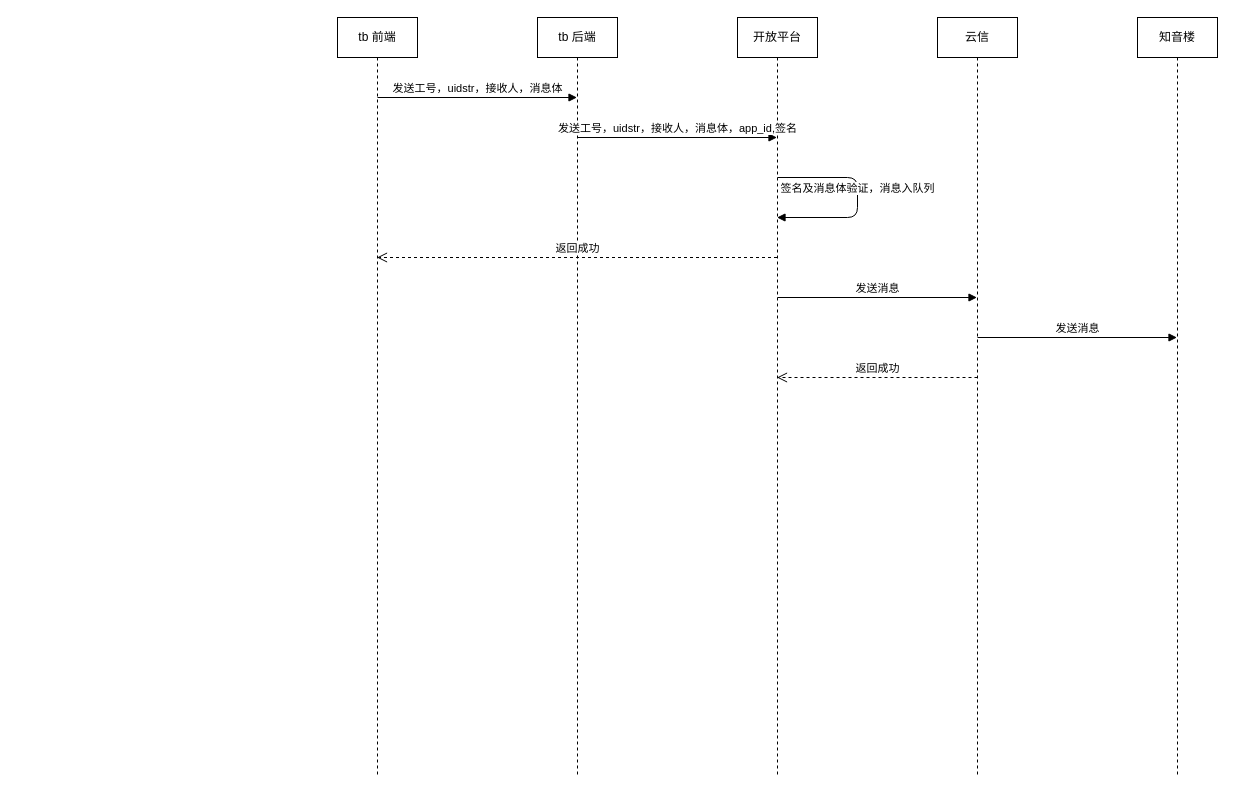
The draw.io diagram tb 消息推送.drawio in sunskly/draw, before the edit. Source tidied: cells renumbered, new cells numbered last; positions are measured from the earlier drawing's top-left corner, leaving out a move shared by most shapes. Both pictures are drawn from the tidied source at 100%, with x=0, y=0 at pixel (337, 17).
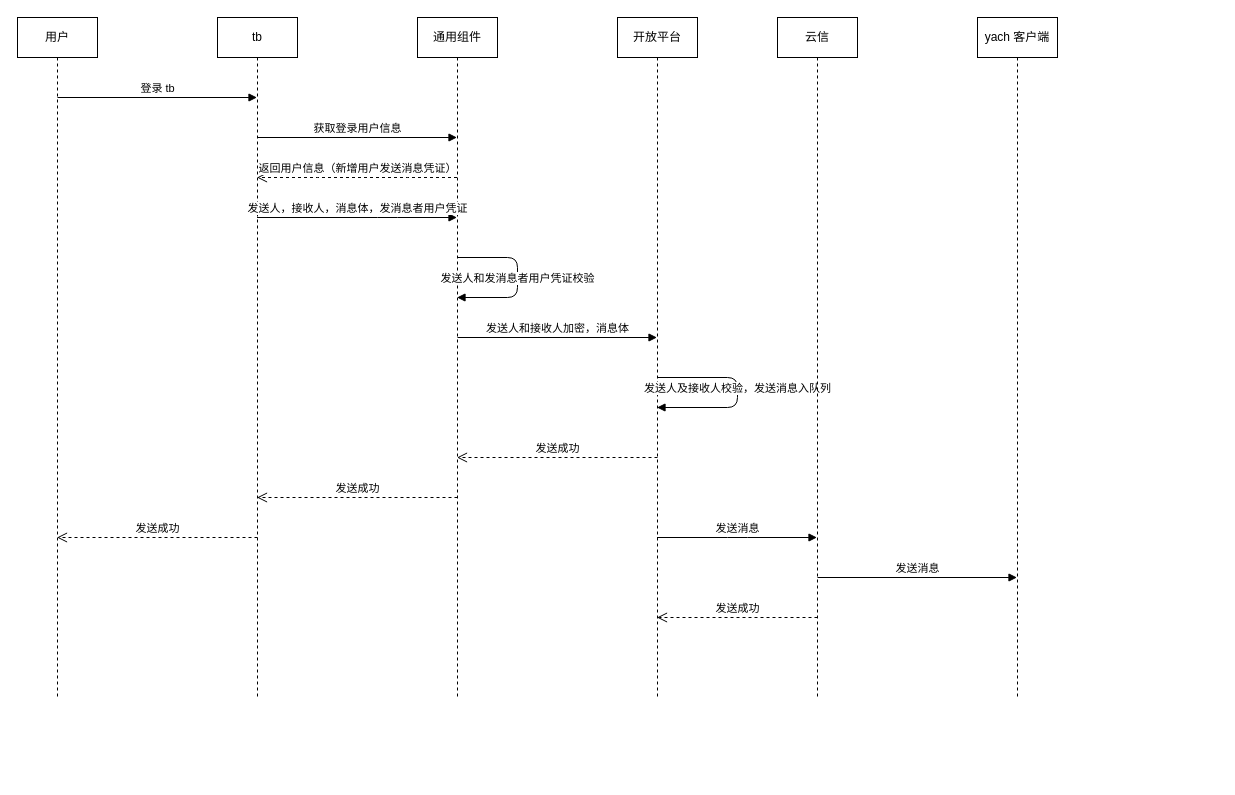
After the change.

Commit message:
更新tb 消息推送.drawio

The edit, as a diff of the source:
```diff
@@
-    <mxCell id="2" value="tb 前端" style="shape=umlLifeline;perimeter=lifelinePerimeter;whiteSpace=wrap;html=1;outlineConnect=0;" parent="1" vertex="1">
-      <mxGeometry width="80" height="760" as="geometry" />
-    </mxCell>
-    <mxCell id="3" value="发送工号，uidstr，接收人，消息体" style="html=1;verticalAlign=bottom;endArrow=block;" parent="2" edge="1" target="8">
-      <mxGeometry relative="1" as="geometry">
-        <mxPoint x="40" y="80" as="sourcePoint" />
-      </mxGeometry>
-    </mxCell>
+    <mxCell id="14" value="tb" style="shape=umlLifeline;perimeter=lifelinePerimeter;whiteSpace=wrap;html=1;outlineConnect=0;" parent="1" vertex="1">
+      <mxGeometry x="-120" width="80" height="680" as="geometry" />
+    </mxCell>
+    <mxCell id="15" value="获取登录用户信息" style="html=1;verticalAlign=bottom;endArrow=block;" parent="14" edge="1" target="16">
+      <mxGeometry relative="1" as="geometry">
+        <mxPoint x="40" y="120" as="sourcePoint" />
+      </mxGeometry>
+    </mxCell>
+    <mxCell id="16" value="通用组件" style="shape=umlLifeline;perimeter=lifelinePerimeter;whiteSpace=wrap;html=1;outlineConnect=0;" parent="1" vertex="1">
+      <mxGeometry x="80" width="80" height="680" as="geometry" />
+    </mxCell>
+    <mxCell id="17" value="发送人和发消息者用户凭证校验" style="html=1;verticalAlign=bottom;endArrow=block;edgeStyle=orthogonalEdgeStyle;" parent="16" edge="1" target="16">
+      <mxGeometry x="0.12" relative="1" as="geometry">
+        <mxPoint x="40" y="240" as="sourcePoint" />
+        <Array as="points">
+          <mxPoint x="100" y="240" />
+          <mxPoint x="100" y="280" />
+        </Array>
+      </mxGeometry>
+    </mxCell>
+    <mxCell id="18" value="发送人和接收人加密，消息体" style="html=1;verticalAlign=bottom;endArrow=block;" parent="16" edge="1" target="4">
+      <mxGeometry relative="1" as="geometry">
+        <mxPoint x="40" y="320" as="sourcePoint" />
+      </mxGeometry>
+    </mxCell>
     <mxCell id="4" value="开放平台" style="shape=umlLifeline;perimeter=lifelinePerimeter;whiteSpace=wrap;html=1;outlineConnect=0;" parent="1" vertex="1">
-      <mxGeometry x="400" width="80" height="760" as="geometry" />
+      <mxGeometry x="280" width="80" height="680" as="geometry" />
     </mxCell>
-    <mxCell id="5" value="签名及消息体验证，消息入队列" style="html=1;verticalAlign=bottom;endArrow=block;edgeStyle=orthogonalEdgeStyle;" parent="4" edge="1" target="4">
-      <mxGeometry relative="1" as="geometry">
-        <mxPoint x="40" y="160" as="sourcePoint" />
-        <Array as="points">
-          <mxPoint x="120" y="160" />
-          <mxPoint x="120" y="200" />
-        </Array>
-      </mxGeometry>
-    </mxCell>
-    <mxCell id="6" value="发送消息" style="html=1;verticalAlign=bottom;endArrow=block;" parent="4" edge="1" target="10">
-      <mxGeometry relative="1" as="geometry">
-        <mxPoint x="40" y="280" as="sourcePoint" />
-      </mxGeometry>
-    </mxCell>
-    <mxCell id="7" value="知音楼" style="shape=umlLifeline;perimeter=lifelinePerimeter;whiteSpace=wrap;html=1;outlineConnect=0;" parent="1" vertex="1">
-      <mxGeometry x="800" width="80" height="760" as="geometry" />
-    </mxCell>
-    <mxCell id="8" value="tb 后端" style="shape=umlLifeline;perimeter=lifelinePerimeter;whiteSpace=wrap;html=1;outlineConnect=0;" parent="1" vertex="1">
-      <mxGeometry x="200" width="80" height="760" as="geometry" />
-    </mxCell>
-    <mxCell id="9" value="发送工号，uidstr，接收人，消息体，app_id,签名" style="html=1;verticalAlign=bottom;endArrow=block;" parent="8" edge="1" target="4">
-      <mxGeometry relative="1" as="geometry">
-        <mxPoint x="40" y="120" as="sourcePoint" />
-      </mxGeometry>
-    </mxCell>
+    <mxCell id="19" value="发送人及接收人校验，发送消息入队列" style="html=1;verticalAlign=bottom;endArrow=block;edgeStyle=orthogonalEdgeStyle;" parent="4" edge="1" target="4">
+      <mxGeometry x="0.05" relative="1" as="geometry">
+        <mxPoint x="40" y="360" as="sourcePoint" />
+        <Array as="points">
+          <mxPoint x="120" y="360" />
+          <mxPoint x="120" y="390" />
+        </Array>
+      </mxGeometry>
+    </mxCell>
     <mxCell id="10" value="云信" style="shape=umlLifeline;perimeter=lifelinePerimeter;whiteSpace=wrap;html=1;outlineConnect=0;" parent="1" vertex="1">
-      <mxGeometry x="600" width="80" height="760" as="geometry" />
+      <mxGeometry x="440" width="80" height="680" as="geometry" />
     </mxCell>
-    <mxCell id="11" value="发送消息" style="html=1;verticalAlign=bottom;endArrow=block;" parent="10" edge="1" target="7">
-      <mxGeometry relative="1" as="geometry">
-        <mxPoint x="40" y="320" as="sourcePoint" />
-      </mxGeometry>
-    </mxCell>
-    <mxCell id="12" value="返回成功" style="html=1;verticalAlign=bottom;endArrow=open;dashed=1;endSize=8;" parent="1" edge="1" target="4">
-      <mxGeometry relative="1" as="geometry">
-        <mxPoint x="640" y="360" as="sourcePoint" />
-      </mxGeometry>
-    </mxCell>
-    <mxCell id="13" value="返回成功" style="html=1;verticalAlign=bottom;endArrow=open;dashed=1;endSize=8;" parent="1" edge="1" source="4" target="2">
-      <mxGeometry relative="1" as="geometry">
-        <Array as="points">
-          <mxPoint x="440" y="240" />
-        </Array>
-      </mxGeometry>
-    </mxCell>
+    <mxCell id="20" value="发送消息" style="html=1;verticalAlign=bottom;endArrow=block;" parent="10" edge="1" target="21">
+      <mxGeometry relative="1" as="geometry">
+        <mxPoint x="40" y="560" as="sourcePoint" />
+      </mxGeometry>
+    </mxCell>
+    <mxCell id="21" value="yach 客户端" style="shape=umlLifeline;perimeter=lifelinePerimeter;whiteSpace=wrap;html=1;outlineConnect=0;" parent="1" vertex="1">
+      <mxGeometry x="640" width="80" height="680" as="geometry" />
+    </mxCell>
+    <mxCell id="22" value="用户" style="shape=umlLifeline;perimeter=lifelinePerimeter;whiteSpace=wrap;html=1;outlineConnect=0;" parent="1" vertex="1">
+      <mxGeometry x="-320" width="80" height="680" as="geometry" />
+    </mxCell>
+    <mxCell id="23" value="登录 tb" style="html=1;verticalAlign=bottom;endArrow=block;" parent="22" edge="1" target="14">
+      <mxGeometry relative="1" as="geometry">
+        <mxPoint x="40" y="80" as="sourcePoint" />
+      </mxGeometry>
+    </mxCell>
+    <mxCell id="24" value="返回用户信息（新增用户发送消息凭证）" style="html=1;verticalAlign=bottom;endArrow=open;dashed=1;endSize=8;" parent="1" edge="1" source="16" target="14">
+      <mxGeometry relative="1" as="geometry">
+        <Array as="points">
+          <mxPoint x="80" y="160" />
+          <mxPoint x="-30" y="160" />
+        </Array>
+      </mxGeometry>
+    </mxCell>
+    <mxCell id="25" value="发送人，接收人，消息体，发消息者用户凭证" style="html=1;verticalAlign=bottom;endArrow=block;" parent="1" edge="1" source="14" target="16">
+      <mxGeometry relative="1" as="geometry">
+        <Array as="points">
+          <mxPoint x="50" y="200" />
+        </Array>
+      </mxGeometry>
+    </mxCell>
+    <mxCell id="26" value="发送成功" style="html=1;verticalAlign=bottom;endArrow=open;dashed=1;endSize=8;" parent="1" edge="1" target="16">
+      <mxGeometry relative="1" as="geometry">
+        <mxPoint x="320" y="440" as="sourcePoint" />
+      </mxGeometry>
+    </mxCell>
+    <mxCell id="27" value="发送成功" style="html=1;verticalAlign=bottom;endArrow=open;dashed=1;endSize=8;" parent="1" edge="1" target="14">
+      <mxGeometry relative="1" as="geometry">
+        <mxPoint x="120" y="480" as="sourcePoint" />
+      </mxGeometry>
+    </mxCell>
+    <mxCell id="28" value="发送消息" style="html=1;verticalAlign=bottom;endArrow=block;" parent="1" edge="1" source="4" target="10">
+      <mxGeometry relative="1" as="geometry">
+        <Array as="points">
+          <mxPoint x="400" y="520" />
+        </Array>
+      </mxGeometry>
+    </mxCell>
+    <mxCell id="29" value="发送成功" style="html=1;verticalAlign=bottom;endArrow=open;dashed=1;endSize=8;" parent="1" edge="1" target="4">
+      <mxGeometry relative="1" as="geometry">
+        <mxPoint x="480" y="600" as="sourcePoint" />
+      </mxGeometry>
+    </mxCell>
+    <mxCell id="30" value="发送成功" style="html=1;verticalAlign=bottom;endArrow=open;dashed=1;endSize=8;" parent="1" edge="1" target="22">
+      <mxGeometry relative="1" as="geometry">
+        <mxPoint x="-80" y="520" as="sourcePoint" />
+      </mxGeometry>
+    </mxCell>
```
